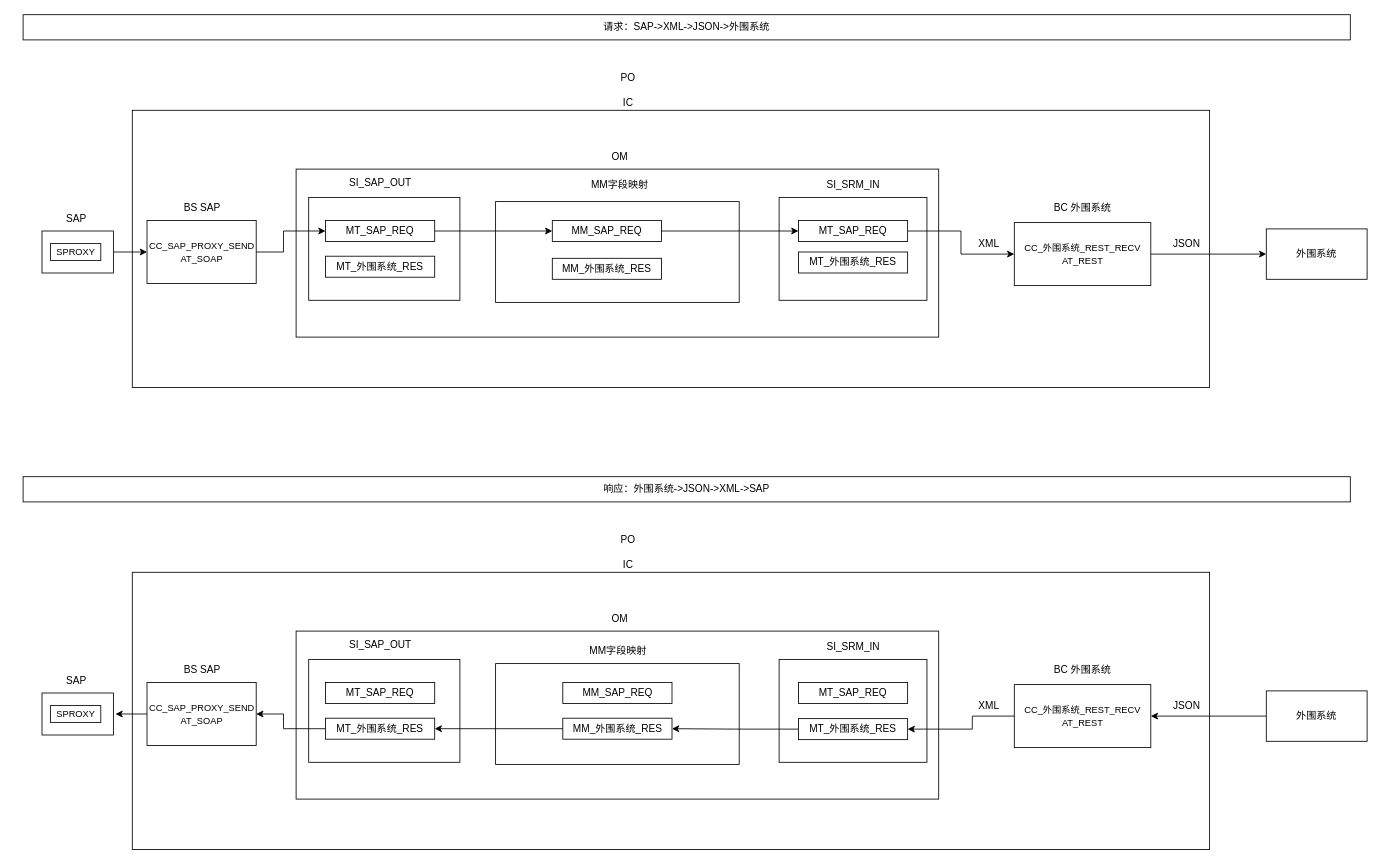
Before: SAP发布REST接口.drawio in 20000428/drawio, a draw.io diagram. Source tidied: cells renumbered, new cells numbered last; positions are measured from the earlier drawing's top-left corner, leaving out a move shared by most shapes. Both pictures are drawn from the tidied source at 84%, with x=0, y=0 at pixel (23, 14).
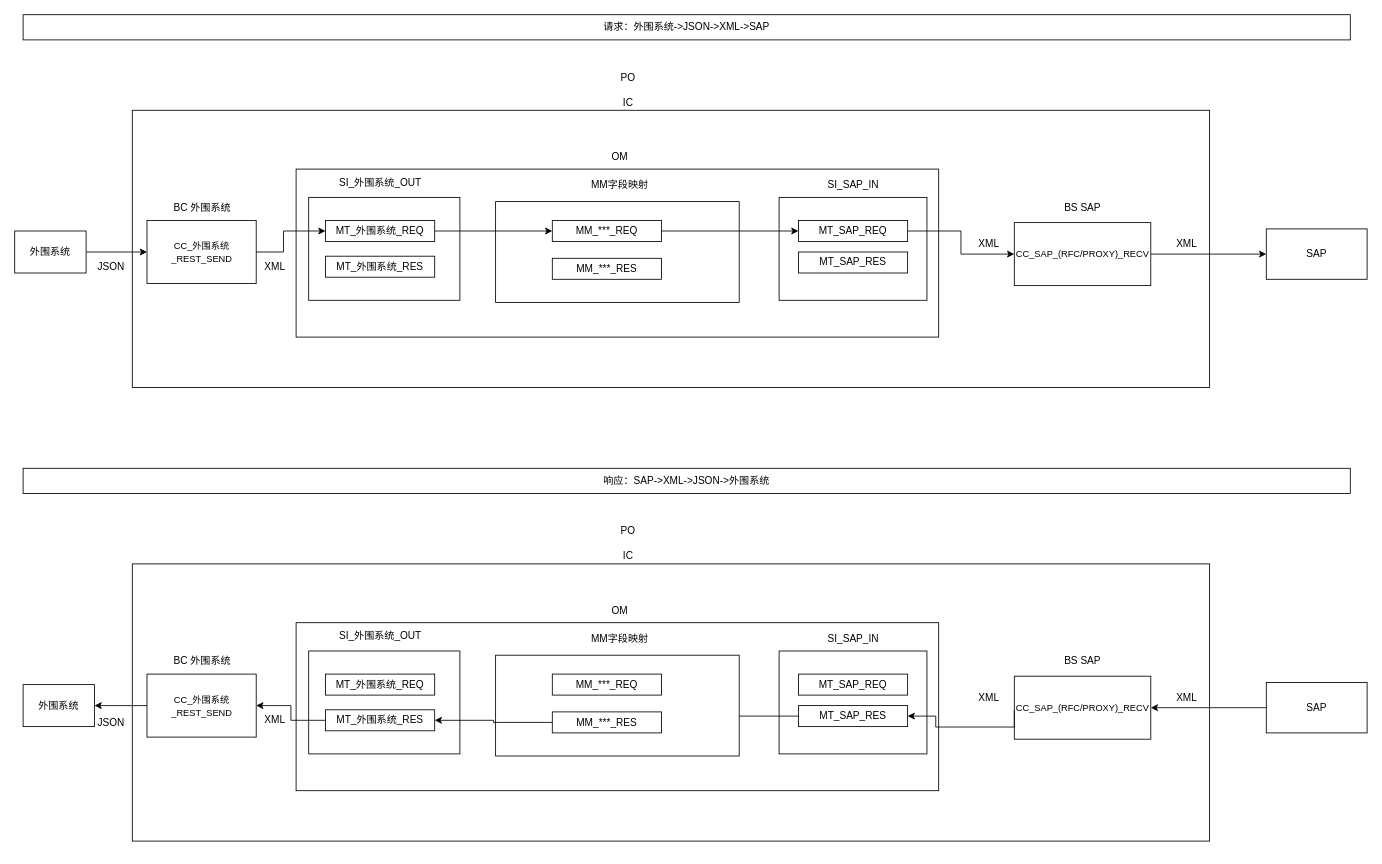
After the change.

Commit message:
更新SAP发布REST接口.drawio

Change to the diagram source:
```diff
@@
-    <mxCell id="5" style="rounded=0;whiteSpace=wrap;html=1;" parent="1" vertex="1">
-      <mxGeometry x="22.5" y="257.5" width="85" height="50" as="geometry" />
+    <mxCell id="5" value="外围系统" style="rounded=0;whiteSpace=wrap;html=1;" parent="1" vertex="1">
+      <mxGeometry x="-10" y="257.5" width="85" height="50" as="geometry" />
     </mxCell>
-    <mxCell id="6" value="&lt;font style=&quot;font-size: 11px;&quot;&gt;SPROXY&lt;/font&gt;" style="rounded=0;whiteSpace=wrap;html=1;" parent="1" vertex="1">
-      <mxGeometry x="32.5" y="272.5" width="60" height="20" as="geometry" />
-    </mxCell>
-    <mxCell id="7" value="请求：SAP-&amp;gt;XML-&amp;gt;JSON-&amp;gt;外围系统" style="rounded=0;whiteSpace=wrap;html=1;" parent="1" vertex="1">
+    <mxCell id="7" value="请求：外围系统-&amp;gt;JSON-&amp;gt;XML-&amp;gt;SAP" style="rounded=0;whiteSpace=wrap;html=1;" parent="1" vertex="1">
       <mxGeometry width="1580" height="30" as="geometry" />
     </mxCell>
-    <mxCell id="8" value="SAP" style="text;html=1;align=center;verticalAlign=middle;strokeColor=none;fillColor=none;" parent="1" vertex="1">
-      <mxGeometry x="37.5" y="227.5" width="50" height="30" as="geometry" />
-    </mxCell>
-    <mxCell id="9" value="&lt;font style=&quot;font-size: 11px;&quot;&gt;CC_SAP_PROXY_SEND&lt;/font&gt;&lt;div&gt;&lt;font style=&quot;font-size: 11px;&quot;&gt;AT_SOAP&lt;/font&gt;&lt;/div&gt;" style="rounded=0;whiteSpace=wrap;html=1;" parent="1" vertex="1">
+    <mxCell id="9" value="&lt;font style=&quot;font-size: 11px;&quot;&gt;CC_外围系统_REST_SEND&lt;/font&gt;" style="rounded=0;whiteSpace=wrap;html=1;" parent="1" vertex="1">
       <mxGeometry x="147.5" y="245" width="130" height="75" as="geometry" />
     </mxCell>
-    <mxCell id="10" value="BS SAP" style="text;html=1;align=center;verticalAlign=middle;strokeColor=none;fillColor=none;" parent="1" vertex="1">
-      <mxGeometry x="177.5" y="215" width="70" height="30" as="geometry" />
+    <mxCell id="10" value="BC 外围系统" style="text;html=1;align=center;verticalAlign=middle;strokeColor=none;fillColor=none;" parent="1" vertex="1">
+      <mxGeometry x="167.5" y="215" width="90" height="30" as="geometry" />
     </mxCell>
@@
-    <mxCell id="14" value="&lt;span style=&quot;font-size: 11px;&quot;&gt;CC_外围系统_REST_RECV&lt;/span&gt;&lt;div&gt;&lt;span style=&quot;font-size: 11px;&quot;&gt;AT_REST&lt;/span&gt;&lt;/div&gt;" style="rounded=0;whiteSpace=wrap;html=1;" parent="1" vertex="1">
+    <mxCell id="14" value="&lt;span style=&quot;font-size: 11px;&quot;&gt;CC_SAP_(RFC/PROXY)_RECV&lt;/span&gt;" style="rounded=0;whiteSpace=wrap;html=1;" parent="1" vertex="1">
       <mxGeometry x="1180" y="247.5" width="162.5" height="75" as="geometry" />
     </mxCell>
-    <mxCell id="15" value="BC 外围系统" style="text;html=1;align=center;verticalAlign=middle;strokeColor=none;fillColor=none;" parent="1" vertex="1">
-      <mxGeometry x="1216.2" y="215" width="90" height="30" as="geometry" />
+    <mxCell id="15" value="BS SAP" style="text;html=1;align=center;verticalAlign=middle;strokeColor=none;fillColor=none;" parent="1" vertex="1">
+      <mxGeometry x="1226.2" y="215" width="70" height="30" as="geometry" />
     </mxCell>
-    <mxCell id="16" value="外围系统" style="rounded=0;whiteSpace=wrap;html=1;" parent="1" vertex="1">
+    <mxCell id="16" value="SAP" style="rounded=0;whiteSpace=wrap;html=1;" parent="1" vertex="1">
       <mxGeometry x="1480" y="255" width="120" height="60" as="geometry" />
     </mxCell>
@@
-    <mxCell id="20" value="MT_SAP_REQ" style="rounded=0;whiteSpace=wrap;html=1;" parent="1" vertex="1">
+    <mxCell id="20" value="MT_外围系统_REQ" style="rounded=0;whiteSpace=wrap;html=1;" parent="1" vertex="1">
       <mxGeometry x="360" y="245" width="130" height="25" as="geometry" />
     </mxCell>
@@
-    <mxCell id="22" value="SI_SAP_OUT" style="text;html=1;align=center;verticalAlign=middle;strokeColor=none;fillColor=none;" parent="1" vertex="1">
-      <mxGeometry x="375" y="185" width="100" height="30" as="geometry" />
+    <mxCell id="22" value="SI_外围系统_OUT" style="text;html=1;align=center;verticalAlign=middle;strokeColor=none;fillColor=none;" parent="1" vertex="1">
+      <mxGeometry x="365" y="185" width="120" height="30" as="geometry" />
     </mxCell>
@@
-    <mxCell id="24" value="SI_SRM_IN" style="text;html=1;align=center;verticalAlign=middle;strokeColor=none;fillColor=none;" parent="1" vertex="1">
-      <mxGeometry x="943" y="187.5" width="90" height="30" as="geometry" />
+    <mxCell id="24" value="SI_SAP_IN" style="text;html=1;align=center;verticalAlign=middle;strokeColor=none;fillColor=none;" parent="1" vertex="1">
+      <mxGeometry x="948" y="187.5" width="80" height="30" as="geometry" />
     </mxCell>
@@
-    <mxCell id="27" value="MT_外围系统_RES" style="rounded=0;whiteSpace=wrap;html=1;" parent="1" vertex="1">
+    <mxCell id="27" value="MT_SAP_RES" style="rounded=0;whiteSpace=wrap;html=1;" parent="1" vertex="1">
       <mxGeometry x="923" y="282.5" width="130" height="25" as="geometry" />
     </mxCell>
@@
-    <mxCell id="32" value="JSON" style="text;html=1;align=center;verticalAlign=middle;strokeColor=none;fillColor=none;" parent="1" vertex="1">
-      <mxGeometry x="1355" y="257.5" width="60" height="30" as="geometry" />
+    <mxCell id="32" value="XML" style="text;html=1;align=center;verticalAlign=middle;strokeColor=none;fillColor=none;" parent="1" vertex="1">
+      <mxGeometry x="1360" y="257.5" width="50" height="30" as="geometry" />
     </mxCell>
-    <mxCell id="33" style="rounded=0;whiteSpace=wrap;html=1;" parent="1" vertex="1">
-      <mxGeometry x="344" y="777.5" width="156" height="112.5" as="geometry" />
-    </mxCell>
-    <mxCell id="34" style="rounded=0;whiteSpace=wrap;html=1;" parent="1" vertex="1">
-      <mxGeometry x="130" y="663.8" width="1282.5" height="330" as="geometry" />
-    </mxCell>
-    <mxCell id="35" style="rounded=0;whiteSpace=wrap;html=1;" parent="1" vertex="1">
-      <mxGeometry x="22.5" y="807.5" width="85" height="50" as="geometry" />
-    </mxCell>
-    <mxCell id="36" value="&lt;font style=&quot;font-size: 11px;&quot;&gt;SPROXY&lt;/font&gt;" style="rounded=0;whiteSpace=wrap;html=1;" parent="1" vertex="1">
-      <mxGeometry x="32.5" y="822.5" width="60" height="20" as="geometry" />
-    </mxCell>
-    <mxCell id="37" value="响应：外围系统-&amp;gt;JSON-&amp;gt;XML-&amp;gt;SAP" style="rounded=0;whiteSpace=wrap;html=1;" parent="1" vertex="1">
-      <mxGeometry y="550" width="1580" height="30" as="geometry" />
-    </mxCell>
-    <mxCell id="38" value="SAP" style="text;html=1;align=center;verticalAlign=middle;strokeColor=none;fillColor=none;" parent="1" vertex="1">
-      <mxGeometry x="37.5" y="777.5" width="50" height="30" as="geometry" />
-    </mxCell>
-    <mxCell id="39" style="edgeStyle=orthogonalEdgeStyle;rounded=0;jettySize=auto;html=1;exitX=0;exitY=0.5;exitDx=0;exitDy=0;" parent="1" edge="1" source="40">
-      <mxGeometry relative="1" as="geometry">
-        <mxPoint x="110" y="832.1" as="targetPoint" />
-      </mxGeometry>
-    </mxCell>
-    <mxCell id="40" value="&lt;font style=&quot;font-size: 11px;&quot;&gt;CC_SAP_PROXY_SEND&lt;/font&gt;&lt;div&gt;&lt;font style=&quot;font-size: 11px;&quot;&gt;AT_SOAP&lt;/font&gt;&lt;/div&gt;" style="rounded=0;whiteSpace=wrap;html=1;" parent="1" vertex="1">
-      <mxGeometry x="147.5" y="795" width="130" height="75" as="geometry" />
-    </mxCell>
-    <mxCell id="41" value="BS SAP" style="text;html=1;align=center;verticalAlign=middle;strokeColor=none;fillColor=none;" parent="1" vertex="1">
-      <mxGeometry x="177.5" y="765" width="70" height="30" as="geometry" />
-    </mxCell>
-    <mxCell id="42" style="rounded=0;whiteSpace=wrap;html=1;" parent="1" vertex="1">
-      <mxGeometry x="325" y="733.8" width="765" height="200" as="geometry" />
-    </mxCell>
-    <mxCell id="43" value="OM" style="text;html=1;align=center;verticalAlign=middle;strokeColor=none;fillColor=none;" parent="1" vertex="1">
-      <mxGeometry x="690" y="705" width="40" height="30" as="geometry" />
-    </mxCell>
-    <mxCell id="44" value="&lt;span style=&quot;font-size: 11px;&quot;&gt;CC_外围系统_REST_RECV&lt;/span&gt;&lt;div&gt;&lt;span style=&quot;font-size: 11px;&quot;&gt;AT_REST&lt;/span&gt;&lt;/div&gt;" style="rounded=0;whiteSpace=wrap;html=1;" parent="1" vertex="1">
-      <mxGeometry x="1180" y="797.5" width="162.5" height="75" as="geometry" />
-    </mxCell>
-    <mxCell id="45" value="BC 外围系统" style="text;html=1;align=center;verticalAlign=middle;strokeColor=none;fillColor=none;" parent="1" vertex="1">
-      <mxGeometry x="1216.2" y="765" width="90" height="30" as="geometry" />
-    </mxCell>
-    <mxCell id="46" style="edgeStyle=orthogonalEdgeStyle;rounded=0;jettySize=auto;html=1;exitX=0;exitY=0.5;exitDx=0;exitDy=0;entryX=1;entryY=0.5;entryDx=0;entryDy=0;" parent="1" edge="1" source="47" target="44">
-      <mxGeometry relative="1" as="geometry" />
-    </mxCell>
-    <mxCell id="47" value="外围系统" style="rounded=0;whiteSpace=wrap;html=1;" parent="1" vertex="1">
-      <mxGeometry x="1480" y="805" width="120" height="60" as="geometry" />
-    </mxCell>
-    <mxCell id="48" value="IC" style="text;html=1;align=center;verticalAlign=middle;strokeColor=none;fillColor=none;" parent="1" vertex="1">
-      <mxGeometry x="700" y="640" width="40" height="30" as="geometry" />
-    </mxCell>
-    <mxCell id="49" value="PO" style="text;html=1;align=center;verticalAlign=middle;strokeColor=none;fillColor=none;" parent="1" vertex="1">
-      <mxGeometry x="700" y="610" width="40" height="30" as="geometry" />
-    </mxCell>
-    <mxCell id="50" style="rounded=0;whiteSpace=wrap;html=1;" parent="1" vertex="1">
-      <mxGeometry x="340" y="767.5" width="180" height="122.5" as="geometry" />
-    </mxCell>
-    <mxCell id="51" value="MT_SAP_REQ" style="rounded=0;whiteSpace=wrap;html=1;" parent="1" vertex="1">
-      <mxGeometry x="360" y="795" width="130" height="25" as="geometry" />
-    </mxCell>
-    <mxCell id="52" style="edgeStyle=orthogonalEdgeStyle;rounded=0;jettySize=auto;html=1;exitX=0;exitY=0.5;exitDx=0;exitDy=0;entryX=1;entryY=0.5;entryDx=0;entryDy=0;" parent="1" edge="1" source="53" target="40">
-      <mxGeometry relative="1" as="geometry">
-        <Array as="points">
-          <mxPoint x="310" y="850" />
-          <mxPoint x="310" y="833" />
-        </Array>
-      </mxGeometry>
-    </mxCell>
-    <mxCell id="53" value="MT_外围系统_RES" style="rounded=0;whiteSpace=wrap;html=1;" parent="1" vertex="1">
-      <mxGeometry x="360" y="837.5" width="130" height="25" as="geometry" />
-    </mxCell>
-    <mxCell id="54" value="SI_SAP_OUT" style="text;html=1;align=center;verticalAlign=middle;strokeColor=none;fillColor=none;" parent="1" vertex="1">
-      <mxGeometry x="375" y="735" width="100" height="30" as="geometry" />
-    </mxCell>
-    <mxCell id="55" style="rounded=0;whiteSpace=wrap;html=1;" parent="1" vertex="1">
-      <mxGeometry x="900" y="767.5" width="176" height="122.5" as="geometry" />
-    </mxCell>
-    <mxCell id="56" value="SI_SRM_IN" style="text;html=1;align=center;verticalAlign=middle;strokeColor=none;fillColor=none;" parent="1" vertex="1">
-      <mxGeometry x="943" y="737.5" width="90" height="30" as="geometry" />
-    </mxCell>
-    <mxCell id="57" value="MT_SAP_REQ" style="rounded=0;whiteSpace=wrap;html=1;" parent="1" vertex="1">
-      <mxGeometry x="923" y="795" width="130" height="25" as="geometry" />
-    </mxCell>
-    <mxCell id="58" value="MT_外围系统_RES" style="rounded=0;whiteSpace=wrap;html=1;" parent="1" vertex="1">
-      <mxGeometry x="923" y="838" width="130" height="25" as="geometry" />
-    </mxCell>
-    <mxCell id="59" style="rounded=0;whiteSpace=wrap;html=1;" parent="1" vertex="1">
-      <mxGeometry x="562.5" y="772.5" width="290" height="120" as="geometry" />
-    </mxCell>
-    <mxCell id="60" value="XML" style="text;html=1;align=center;verticalAlign=middle;whiteSpace=wrap;rounded=0;" parent="1" vertex="1">
-      <mxGeometry x="1120" y="808" width="60" height="30" as="geometry" />
-    </mxCell>
-    <mxCell id="61" value="JSON" style="text;html=1;align=center;verticalAlign=middle;strokeColor=none;fillColor=none;" parent="1" vertex="1">
-      <mxGeometry x="1355" y="807.5" width="60" height="30" as="geometry" />
-    </mxCell>
-    <mxCell id="62" value="MM字段映射" style="text;html=1;align=center;verticalAlign=middle;strokeColor=none;fillColor=none;" parent="1" vertex="1">
-      <mxGeometry x="662.5" y="742.5" width="90" height="30" as="geometry" />
-    </mxCell>
-    <mxCell id="63" value="MM_SAP_REQ" style="rounded=0;whiteSpace=wrap;html=1;" parent="1" vertex="1">
-      <mxGeometry x="642.5" y="795" width="130" height="25" as="geometry" />
-    </mxCell>
-    <mxCell id="64" value="MM_外围系统_RES" style="rounded=0;whiteSpace=wrap;html=1;" parent="1" vertex="1">
-      <mxGeometry x="642.5" y="837.5" width="130" height="25" as="geometry" />
-    </mxCell>
-    <mxCell id="65" style="edgeStyle=orthogonalEdgeStyle;rounded=0;jettySize=auto;html=1;exitX=0;exitY=0.5;exitDx=0;exitDy=0;entryX=1;entryY=0.5;entryDx=0;entryDy=0;" parent="1" edge="1" source="44" target="58">
-      <mxGeometry relative="1" as="geometry">
-        <Array as="points">
-          <mxPoint x="1130" y="835" />
-          <mxPoint x="1130" y="851" />
-        </Array>
-      </mxGeometry>
-    </mxCell>
-    <mxCell id="66" style="edgeStyle=orthogonalEdgeStyle;rounded=0;jettySize=auto;html=1;exitX=0;exitY=0.5;exitDx=0;exitDy=0;entryX=1;entryY=0.5;entryDx=0;entryDy=0;" parent="1" edge="1" source="58" target="64">
-      <mxGeometry relative="1" as="geometry" />
-    </mxCell>
-    <mxCell id="67" style="edgeStyle=orthogonalEdgeStyle;rounded=0;jettySize=auto;html=1;exitX=0;exitY=0.5;exitDx=0;exitDy=0;entryX=1;entryY=0.5;entryDx=0;entryDy=0;" parent="1" edge="1" source="64" target="53">
-      <mxGeometry relative="1" as="geometry" />
-    </mxCell>
-    <mxCell id="68" value="MM_SAP_REQ" style="rounded=0;whiteSpace=wrap;html=1;" parent="1" vertex="1">
+    <mxCell id="68" value="MM_***_REQ" style="rounded=0;whiteSpace=wrap;html=1;" parent="1" vertex="1">
       <mxGeometry x="630" y="245" width="130" height="25" as="geometry" />
     </mxCell>
-    <mxCell id="69" value="MM_外围系统_RES" style="rounded=0;whiteSpace=wrap;html=1;" parent="1" vertex="1">
+    <mxCell id="69" value="MM_***_RES" style="rounded=0;whiteSpace=wrap;html=1;" parent="1" vertex="1">
       <mxGeometry x="630" y="290" width="130" height="25" as="geometry" />
     </mxCell>
@@
+    <mxCell id="72" value="JSON" style="text;html=1;whiteSpace=wrap;strokeColor=none;fillColor=none;align=center;verticalAlign=middle;rounded=0;" parent="1" vertex="1">
+      <mxGeometry x="75" y="285" width="60" height="30" as="geometry" />
+    </mxCell>
+    <mxCell id="73" value="XML" style="text;html=1;whiteSpace=wrap;strokeColor=none;fillColor=none;align=center;verticalAlign=middle;rounded=0;" parent="1" vertex="1">
+      <mxGeometry x="270" y="285" width="60" height="30" as="geometry" />
+    </mxCell>
+    <mxCell id="74" style="rounded=0;whiteSpace=wrap;html=1;" parent="1" vertex="1">
+      <mxGeometry x="344" y="767.5" width="156" height="112.5" as="geometry" />
+    </mxCell>
+    <mxCell id="75" style="rounded=0;whiteSpace=wrap;html=1;" parent="1" vertex="1">
+      <mxGeometry x="130" y="653.8" width="1282.5" height="330" as="geometry" />
+    </mxCell>
+    <mxCell id="47" value="外围系统" style="rounded=0;whiteSpace=wrap;html=1;" parent="1" vertex="1">
+      <mxGeometry y="797.5" width="85" height="50" as="geometry" />
+    </mxCell>
+    <mxCell id="76" value="响应：SAP-&amp;gt;XML-&amp;gt;JSON-&amp;gt;外围系统" style="rounded=0;whiteSpace=wrap;html=1;" parent="1" vertex="1">
+      <mxGeometry y="540" width="1580" height="30" as="geometry" />
+    </mxCell>
+    <mxCell id="77" style="edgeStyle=orthogonalEdgeStyle;rounded=0;jettySize=auto;html=1;exitX=0;exitY=0.5;exitDx=0;exitDy=0;entryX=1;entryY=0.5;entryDx=0;entryDy=0;" parent="1" edge="1" source="78" target="47">
+      <mxGeometry relative="1" as="geometry" />
+    </mxCell>
+    <mxCell id="78" value="&lt;font style=&quot;font-size: 11px;&quot;&gt;CC_外围系统_REST_SEND&lt;/font&gt;" style="rounded=0;whiteSpace=wrap;html=1;" parent="1" vertex="1">
+      <mxGeometry x="147.5" y="785" width="130" height="75" as="geometry" />
+    </mxCell>
+    <mxCell id="45" value="BC 外围系统" style="text;html=1;align=center;verticalAlign=middle;strokeColor=none;fillColor=none;" parent="1" vertex="1">
+      <mxGeometry x="167.5" y="755" width="90" height="30" as="geometry" />
+    </mxCell>
+    <mxCell id="79" style="rounded=0;whiteSpace=wrap;html=1;" parent="1" vertex="1">
+      <mxGeometry x="325" y="723.8" width="765" height="200" as="geometry" />
+    </mxCell>
+    <mxCell id="43" value="OM" style="text;html=1;align=center;verticalAlign=middle;strokeColor=none;fillColor=none;" parent="1" vertex="1">
+      <mxGeometry x="690" y="695" width="40" height="30" as="geometry" />
+    </mxCell>
+    <mxCell id="80" value="&lt;span style=&quot;font-size: 11px;&quot;&gt;CC_SAP_(RFC/PROXY)_RECV&lt;/span&gt;" style="rounded=0;whiteSpace=wrap;html=1;" parent="1" vertex="1">
+      <mxGeometry x="1180" y="787.5" width="162.5" height="75" as="geometry" />
+    </mxCell>
+    <mxCell id="41" value="BS SAP" style="text;html=1;align=center;verticalAlign=middle;strokeColor=none;fillColor=none;" parent="1" vertex="1">
+      <mxGeometry x="1226.2" y="755" width="70" height="30" as="geometry" />
+    </mxCell>
+    <mxCell id="81" style="edgeStyle=orthogonalEdgeStyle;rounded=0;jettySize=auto;html=1;exitX=0;exitY=0.5;exitDx=0;exitDy=0;entryX=1;entryY=0.5;entryDx=0;entryDy=0;" parent="1" edge="1" source="82" target="80">
+      <mxGeometry relative="1" as="geometry" />
+    </mxCell>
+    <mxCell id="82" value="SAP" style="rounded=0;whiteSpace=wrap;html=1;" parent="1" vertex="1">
+      <mxGeometry x="1480" y="795" width="120" height="60" as="geometry" />
+    </mxCell>
+    <mxCell id="48" value="IC" style="text;html=1;align=center;verticalAlign=middle;strokeColor=none;fillColor=none;" parent="1" vertex="1">
+      <mxGeometry x="700" y="630" width="40" height="30" as="geometry" />
+    </mxCell>
+    <mxCell id="49" value="PO" style="text;html=1;align=center;verticalAlign=middle;strokeColor=none;fillColor=none;" parent="1" vertex="1">
+      <mxGeometry x="700" y="600" width="40" height="30" as="geometry" />
+    </mxCell>
+    <mxCell id="83" style="rounded=0;whiteSpace=wrap;html=1;" parent="1" vertex="1">
+      <mxGeometry x="340" y="757.5" width="180" height="122.5" as="geometry" />
+    </mxCell>
+    <mxCell id="84" value="MT_外围系统_REQ" style="rounded=0;whiteSpace=wrap;html=1;" parent="1" vertex="1">
+      <mxGeometry x="360" y="785" width="130" height="25" as="geometry" />
+    </mxCell>
+    <mxCell id="85" style="edgeStyle=orthogonalEdgeStyle;rounded=0;jettySize=auto;html=1;exitX=0;exitY=0.5;exitDx=0;exitDy=0;entryX=1;entryY=0.5;entryDx=0;entryDy=0;" parent="1" edge="1" source="86" target="78">
+      <mxGeometry relative="1" as="geometry" />
+    </mxCell>
+    <mxCell id="86" value="MT_外围系统_RES" style="rounded=0;whiteSpace=wrap;html=1;" parent="1" vertex="1">
+      <mxGeometry x="360" y="827.5" width="130" height="25" as="geometry" />
+    </mxCell>
+    <mxCell id="87" value="SI_外围系统_OUT" style="text;html=1;align=center;verticalAlign=middle;strokeColor=none;fillColor=none;" parent="1" vertex="1">
+      <mxGeometry x="365" y="725" width="120" height="30" as="geometry" />
+    </mxCell>
+    <mxCell id="88" style="rounded=0;whiteSpace=wrap;html=1;" parent="1" vertex="1">
+      <mxGeometry x="900" y="757.5" width="176" height="122.5" as="geometry" />
+    </mxCell>
+    <mxCell id="89" value="SI_SAP_IN" style="text;html=1;align=center;verticalAlign=middle;strokeColor=none;fillColor=none;" parent="1" vertex="1">
+      <mxGeometry x="948" y="727.5" width="80" height="30" as="geometry" />
+    </mxCell>
+    <mxCell id="90" value="MT_SAP_REQ" style="rounded=0;whiteSpace=wrap;html=1;" parent="1" vertex="1">
+      <mxGeometry x="923" y="785" width="130" height="25" as="geometry" />
+    </mxCell>
+    <mxCell id="91" style="edgeStyle=orthogonalEdgeStyle;rounded=0;jettySize=auto;html=1;exitX=0;exitY=0.5;exitDx=0;exitDy=0;entryX=1;entryY=0.5;entryDx=0;entryDy=0;" parent="1" edge="1" source="92" target="98">
+      <mxGeometry relative="1" as="geometry" />
+    </mxCell>
+    <mxCell id="92" value="MT_SAP_RES" style="rounded=0;whiteSpace=wrap;html=1;" parent="1" vertex="1">
+      <mxGeometry x="923" y="822.5" width="130" height="25" as="geometry" />
+    </mxCell>
+    <mxCell id="93" style="rounded=0;whiteSpace=wrap;html=1;" parent="1" vertex="1">
+      <mxGeometry x="562.5" y="762.5" width="290" height="120" as="geometry" />
+    </mxCell>
+    <mxCell id="62" value="MM字段映射" style="text;html=1;align=center;verticalAlign=middle;strokeColor=none;fillColor=none;" parent="1" vertex="1">
+      <mxGeometry x="665" y="727.5" width="90" height="30" as="geometry" />
+    </mxCell>
+    <mxCell id="94" style="edgeStyle=orthogonalEdgeStyle;rounded=0;jettySize=auto;html=1;exitX=1;exitY=1;exitDx=0;exitDy=0;entryX=1;entryY=0.5;entryDx=0;entryDy=0;" parent="1" edge="1" source="60" target="92">
+      <mxGeometry relative="1" as="geometry" />
+    </mxCell>
+    <mxCell id="60" value="XML" style="text;html=1;align=center;verticalAlign=middle;whiteSpace=wrap;rounded=0;" parent="1" vertex="1">
+      <mxGeometry x="1120" y="798" width="60" height="30" as="geometry" />
+    </mxCell>
+    <mxCell id="95" value="XML" style="text;html=1;align=center;verticalAlign=middle;strokeColor=none;fillColor=none;" parent="1" vertex="1">
+      <mxGeometry x="1360" y="797.5" width="50" height="30" as="geometry" />
+    </mxCell>
+    <mxCell id="96" value="MM_***_REQ" style="rounded=0;whiteSpace=wrap;html=1;" parent="1" vertex="1">
+      <mxGeometry x="630" y="785" width="130" height="25" as="geometry" />
+    </mxCell>
+    <mxCell id="97" style="edgeStyle=orthogonalEdgeStyle;rounded=0;jettySize=auto;html=1;exitX=0;exitY=0.5;exitDx=0;exitDy=0;entryX=1;entryY=0.5;entryDx=0;entryDy=0;" parent="1" edge="1" source="98" target="86">
+      <mxGeometry relative="1" as="geometry" />
+    </mxCell>
+    <mxCell id="98" value="MM_***_RES" style="rounded=0;whiteSpace=wrap;html=1;" parent="1" vertex="1">
+      <mxGeometry x="630" y="830" width="130" height="25" as="geometry" />
+    </mxCell>
+    <mxCell id="99" value="JSON" style="text;html=1;whiteSpace=wrap;strokeColor=none;fillColor=none;align=center;verticalAlign=middle;rounded=0;" parent="1" vertex="1">
+      <mxGeometry x="75" y="827.5" width="60" height="30" as="geometry" />
+    </mxCell>
+    <mxCell id="100" value="XML" style="text;html=1;whiteSpace=wrap;strokeColor=none;fillColor=none;align=center;verticalAlign=middle;rounded=0;" parent="1" vertex="1">
+      <mxGeometry x="270" y="825" width="60" height="30" as="geometry" />
+    </mxCell>
```
